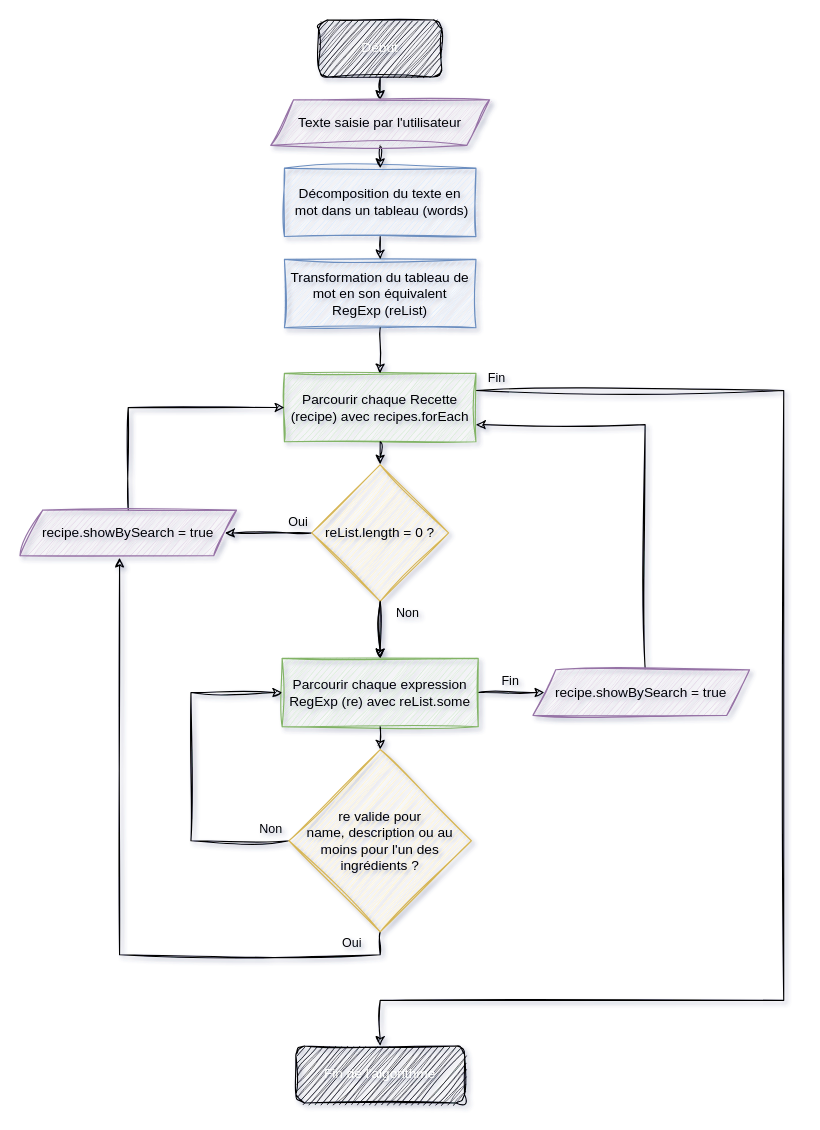
Earlier version of the draw.io diagram ressources/algorithme_fonctionnel.drawio (code9g/les-petit-plats). Source tidied: cells renumbered, new cells numbered last; positions are measured from the earlier drawing's top-left corner, leaving out a move shared by most shapes. Both pictures are drawn from the tidied source at 114%, with x=0, y=0 at pixel (19, 19).
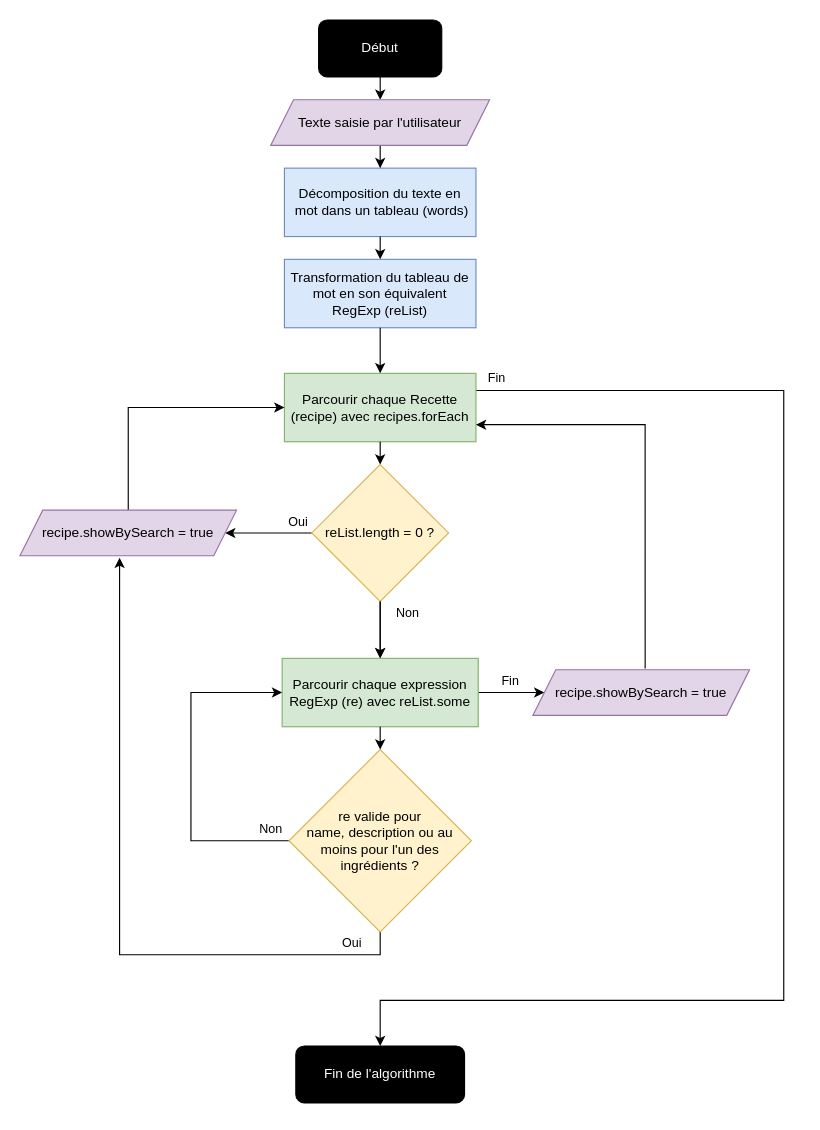
After the change.

Change to the diagram source:
```diff
@@
-<mxGraphModel background="#ffffff" shadow="1">
+<mxGraphModel background="#ffffff">
@@
-    <mxCell id="2" value="Décomposition du texte en&lt;div&gt;&amp;nbsp;mot dans un tableau (words)&lt;/div&gt;" style="rounded=0;whiteSpace=wrap;html=1;fillColor=#dae8fc;strokeColor=#6c8ebf;labelBackgroundColor=none;fontColor=#000000;sketch=1;curveFitting=1;jiggle=2;" parent="1" vertex="1">
+    <mxCell id="2" value="Décomposition du texte en&lt;div&gt;&amp;nbsp;mot dans un tableau (words)&lt;/div&gt;" style="rounded=0;whiteSpace=wrap;html=1;fillColor=#dae8fc;strokeColor=#6c8ebf;labelBackgroundColor=none;fontColor=#000000;" parent="1" vertex="1">
       <mxGeometry x="232" y="130" width="168" height="60" as="geometry" />
     </mxCell>
-    <mxCell id="3" value="Transformation du tableau de&lt;div&gt;mot en son équivalent&lt;/div&gt;&lt;div&gt;RegExp (reList)&lt;/div&gt;" style="rounded=0;whiteSpace=wrap;html=1;fillColor=#dae8fc;strokeColor=#6c8ebf;labelBackgroundColor=none;fontColor=#000000;sketch=1;curveFitting=1;jiggle=2;" parent="1" vertex="1">
+    <mxCell id="3" value="Transformation du tableau de&lt;div&gt;mot en son équivalent&lt;/div&gt;&lt;div&gt;RegExp (reList)&lt;/div&gt;" style="rounded=0;whiteSpace=wrap;html=1;fillColor=#dae8fc;strokeColor=#6c8ebf;labelBackgroundColor=none;fontColor=#000000;" parent="1" vertex="1">
       <mxGeometry x="232" y="210" width="168" height="60" as="geometry" />
     </mxCell>
-    <mxCell id="4" value="Fin" style="edgeStyle=orthogonalEdgeStyle;rounded=0;jettySize=auto;html=1;exitX=1;exitY=0.25;exitDx=0;exitDy=0;entryX=0.5;entryY=0;entryDx=0;entryDy=0;spacingBottom=13;labelBackgroundColor=none;fontColor=#000000;sketch=1;curveFitting=1;jiggle=2;strokeColor=#000000;" parent="1" edge="1" source="5" target="21">
+    <mxCell id="4" value="Fin" style="edgeStyle=orthogonalEdgeStyle;rounded=0;jettySize=auto;html=1;exitX=1;exitY=0.25;exitDx=0;exitDy=0;entryX=0.5;entryY=0;entryDx=0;entryDy=0;spacingBottom=13;labelBackgroundColor=none;fontColor=#000000;strokeColor=#000000;" parent="1" edge="1" source="5" target="21">
       <mxGeometry x="-0.97" y="5" relative="1" as="geometry">
         <Array as="points">
           <mxPoint x="670" y="325" />
           <mxPoint x="670" y="860" />
           <mxPoint x="316" y="860" />
         </Array>
       </mxGeometry>
     </mxCell>
-    <mxCell id="5" value="Parcourir chaque Recette (recipe) avec recipes.forEach" style="rounded=0;whiteSpace=wrap;html=1;fillColor=#d5e8d4;strokeColor=#82b366;labelBackgroundColor=none;fontColor=#000000;sketch=1;curveFitting=1;jiggle=2;" parent="1" vertex="1">
+    <mxCell id="5" value="Parcourir chaque Recette (recipe) avec recipes.forEach" style="rounded=0;whiteSpace=wrap;html=1;fillColor=#d5e8d4;strokeColor=#82b366;labelBackgroundColor=none;fontColor=#000000;" parent="1" vertex="1">
       <mxGeometry x="232" y="310" width="168" height="60" as="geometry" />
     </mxCell>
-    <mxCell id="6" value="Oui" style="edgeStyle=orthogonalEdgeStyle;rounded=0;jettySize=auto;html=1;exitX=0;exitY=0.5;exitDx=0;exitDy=0;entryX=1;entryY=0.5;entryDx=0;entryDy=0;labelBackgroundColor=none;fontColor=#000000;sketch=1;curveFitting=1;jiggle=2;strokeColor=#000000;" parent="1" edge="1" source="8" target="23">
+    <mxCell id="6" value="Oui" style="edgeStyle=orthogonalEdgeStyle;rounded=0;jettySize=auto;html=1;exitX=0;exitY=0.5;exitDx=0;exitDy=0;entryX=1;entryY=0.5;entryDx=0;entryDy=0;labelBackgroundColor=none;fontColor=#000000;strokeColor=#000000;" parent="1" edge="1" source="8" target="23">
       <mxGeometry x="-0.68" y="-10" relative="1" as="geometry" />
     </mxCell>
-    <mxCell id="7" style="edgeStyle=orthogonalEdgeStyle;rounded=0;jettySize=auto;html=1;labelBackgroundColor=none;fontColor=#000000;sketch=1;curveFitting=1;jiggle=2;" parent="1" edge="1" source="8" target="10">
+    <mxCell id="7" style="edgeStyle=orthogonalEdgeStyle;rounded=0;jettySize=auto;html=1;labelBackgroundColor=none;fontColor=#000000;" parent="1" edge="1" source="8" target="10">
       <mxGeometry relative="1" as="geometry" />
     </mxCell>
-    <mxCell id="8" value="reList.length = 0 ?" style="rhombus;whiteSpace=wrap;html=1;fillColor=#fff2cc;strokeColor=#d6b656;labelBackgroundColor=none;fontColor=#000000;sketch=1;curveFitting=1;jiggle=2;" parent="1" vertex="1">
+    <mxCell id="8" value="reList.length = 0 ?" style="rhombus;whiteSpace=wrap;html=1;fillColor=#fff2cc;strokeColor=#d6b656;labelBackgroundColor=none;fontColor=#000000;" parent="1" vertex="1">
       <mxGeometry x="256" y="390" width="120" height="120" as="geometry" />
     </mxCell>
-    <mxCell id="9" value="Fin" style="edgeStyle=orthogonalEdgeStyle;rounded=0;jettySize=auto;html=1;exitX=1;exitY=0.5;exitDx=0;exitDy=0;entryX=0;entryY=0.5;entryDx=0;entryDy=0;labelBackgroundColor=none;fontColor=#000000;sketch=1;curveFitting=1;jiggle=2;strokeColor=#000000;" parent="1" edge="1" source="10" target="24">
+    <mxCell id="9" value="Fin" style="edgeStyle=orthogonalEdgeStyle;rounded=0;jettySize=auto;html=1;exitX=1;exitY=0.5;exitDx=0;exitDy=0;entryX=0;entryY=0.5;entryDx=0;entryDy=0;labelBackgroundColor=none;fontColor=#000000;strokeColor=#000000;" parent="1" edge="1" source="10" target="24">
       <mxGeometry x="-0.03" y="10" relative="1" as="geometry" />
     </mxCell>
-    <mxCell id="10" value="Parcourir chaque expression RegExp (re) avec reList.some" style="rounded=0;whiteSpace=wrap;html=1;fillColor=#d5e8d4;strokeColor=#82b366;labelBackgroundColor=none;fontColor=#000000;sketch=1;curveFitting=1;jiggle=2;" parent="1" vertex="1">
+    <mxCell id="10" value="Parcourir chaque expression RegExp (re) avec reList.some" style="rounded=0;whiteSpace=wrap;html=1;fillColor=#d5e8d4;strokeColor=#82b366;labelBackgroundColor=none;fontColor=#000000;" parent="1" vertex="1">
       <mxGeometry x="230" y="560" width="172" height="60" as="geometry" />
     </mxCell>
-    <mxCell id="11" value="Non" style="edgeStyle=orthogonalEdgeStyle;rounded=0;jettySize=auto;html=1;exitX=0;exitY=0.5;exitDx=0;exitDy=0;entryX=0;entryY=0.5;entryDx=0;entryDy=0;labelBackgroundColor=none;fontColor=#000000;sketch=1;curveFitting=1;jiggle=2;strokeColor=#000000;" parent="1" edge="1" source="13" target="10">
+    <mxCell id="11" value="Non" style="edgeStyle=orthogonalEdgeStyle;rounded=0;jettySize=auto;html=1;exitX=0;exitY=0.5;exitDx=0;exitDy=0;entryX=0;entryY=0.5;entryDx=0;entryDy=0;labelBackgroundColor=none;fontColor=#000000;strokeColor=#000000;" parent="1" edge="1" source="13" target="10">
       <mxGeometry x="-0.89" y="-10" relative="1" as="geometry">
         <Array as="points">
           <mxPoint x="150" y="720" />
           <mxPoint x="150" y="590" />
         </Array>
       </mxGeometry>
     </mxCell>
-    <mxCell id="12" value="Oui" style="edgeStyle=orthogonalEdgeStyle;rounded=0;jettySize=auto;html=1;exitX=0.5;exitY=1;exitDx=0;exitDy=0;entryX=0.46;entryY=1.044;entryDx=0;entryDy=0;entryPerimeter=0;labelBackgroundColor=none;fontColor=#000000;sketch=1;curveFitting=1;jiggle=2;strokeColor=#000000;" parent="1" edge="1" source="13" target="23">
+    <mxCell id="12" value="Oui" style="edgeStyle=orthogonalEdgeStyle;rounded=0;jettySize=auto;html=1;exitX=0.5;exitY=1;exitDx=0;exitDy=0;entryX=0.46;entryY=1.044;entryDx=0;entryDy=0;entryPerimeter=0;labelBackgroundColor=none;fontColor=#000000;strokeColor=#000000;" parent="1" edge="1" source="13" target="23">
       <mxGeometry x="-0.85" y="-10" relative="1" as="geometry" />
     </mxCell>
-    <mxCell id="13" value="re valide pour &lt;br&gt;name,&amp;nbsp;&lt;span style=&quot;&quot;&gt;description ou au moins pour l'un des ingrédients&amp;nbsp;&lt;/span&gt;&lt;span style=&quot;&quot;&gt;?&lt;/span&gt;" style="rhombus;whiteSpace=wrap;html=1;fillColor=#fff2cc;strokeColor=#d6b656;labelBackgroundColor=none;fontColor=#000000;sketch=1;curveFitting=1;jiggle=2;" parent="1" vertex="1">
+    <mxCell id="13" value="re valide pour &lt;br&gt;name,&amp;nbsp;&lt;span style=&quot;&quot;&gt;description ou au moins pour l'un des ingrédients&amp;nbsp;&lt;/span&gt;&lt;span style=&quot;&quot;&gt;?&lt;/span&gt;" style="rhombus;whiteSpace=wrap;html=1;fillColor=#fff2cc;strokeColor=#d6b656;labelBackgroundColor=none;fontColor=#000000;" parent="1" vertex="1">
       <mxGeometry x="236" y="640" width="160" height="160" as="geometry" />
     </mxCell>
-    <mxCell id="14" style="endArrow=classic;html=1;rounded=0;entryX=0.5;entryY=0;entryDx=0;entryDy=0;exitX=0.5;exitY=1;exitDx=0;exitDy=0;labelBackgroundColor=none;fontColor=#000000;sketch=1;curveFitting=1;jiggle=2;" parent="1" edge="1" source="10" target="13">
+    <mxCell id="14" style="endArrow=classic;html=1;rounded=0;entryX=0.5;entryY=0;entryDx=0;entryDy=0;exitX=0.5;exitY=1;exitDx=0;exitDy=0;labelBackgroundColor=none;fontColor=#000000;" parent="1" edge="1" source="10" target="13">
       <mxGeometry relative="1" as="geometry" />
     </mxCell>
-    <mxCell id="15" value="Non" style="endArrow=classic;html=1;rounded=0;entryX=0.5;entryY=0;entryDx=0;entryDy=0;exitX=0.5;exitY=1;exitDx=0;exitDy=0;labelBackgroundColor=none;fontColor=#000000;sketch=1;curveFitting=1;jiggle=2;strokeColor=#000000;" parent="1" edge="1" source="8" target="10">
+    <mxCell id="15" value="Non" style="endArrow=classic;html=1;rounded=0;entryX=0.5;entryY=0;entryDx=0;entryDy=0;exitX=0.5;exitY=1;exitDx=0;exitDy=0;labelBackgroundColor=none;fontColor=#000000;strokeColor=#000000;" parent="1" edge="1" source="8" target="10">
       <mxGeometry x="-0.6" y="24" relative="1" as="geometry" />
     </mxCell>
-    <mxCell id="16" style="edgeStyle=orthogonalEdgeStyle;rounded=0;jettySize=auto;html=1;exitX=0.518;exitY=-0.025;exitDx=0;exitDy=0;entryX=1;entryY=0.75;entryDx=0;entryDy=0;exitPerimeter=0;labelBackgroundColor=none;fontColor=#000000;sketch=1;curveFitting=1;jiggle=2;strokeColor=#000000;" parent="1" edge="1" source="24" target="5">
+    <mxCell id="16" style="edgeStyle=orthogonalEdgeStyle;rounded=0;jettySize=auto;html=1;exitX=0.518;exitY=-0.025;exitDx=0;exitDy=0;entryX=1;entryY=0.75;entryDx=0;entryDy=0;exitPerimeter=0;labelBackgroundColor=none;fontColor=#000000;strokeColor=#000000;" parent="1" edge="1" source="24" target="5">
       <mxGeometry relative="1" as="geometry" />
     </mxCell>
-    <mxCell id="17" style="endArrow=classic;html=1;rounded=0;exitX=0.5;exitY=1;exitDx=0;exitDy=0;labelBackgroundColor=none;fontColor=#000000;sketch=1;curveFitting=1;jiggle=2;strokeColor=#000000;" parent="1" edge="1" source="27">
+    <mxCell id="17" style="endArrow=classic;html=1;rounded=0;exitX=0.5;exitY=1;exitDx=0;exitDy=0;labelBackgroundColor=none;fontColor=#000000;strokeColor=#000000;" parent="1" edge="1" source="27">
       <mxGeometry relative="1" as="geometry">
         <mxPoint x="316" y="130" as="targetPoint" />
       </mxGeometry>
     </mxCell>
-    <mxCell id="18" style="endArrow=classic;html=1;rounded=0;entryX=0.5;entryY=0;entryDx=0;entryDy=0;exitX=0.5;exitY=1;exitDx=0;exitDy=0;labelBackgroundColor=none;fontColor=#000000;sketch=1;curveFitting=1;jiggle=2;strokeColor=#000000;" parent="1" edge="1" source="2" target="3">
+    <mxCell id="18" style="endArrow=classic;html=1;rounded=0;entryX=0.5;entryY=0;entryDx=0;entryDy=0;exitX=0.5;exitY=1;exitDx=0;exitDy=0;labelBackgroundColor=none;fontColor=#000000;strokeColor=#000000;" parent="1" edge="1" source="2" target="3">
       <mxGeometry relative="1" as="geometry" />
     </mxCell>
-    <mxCell id="19" style="endArrow=classic;html=1;rounded=0;entryX=0.5;entryY=0;entryDx=0;entryDy=0;exitX=0.5;exitY=1;exitDx=0;exitDy=0;labelBackgroundColor=none;fontColor=#000000;sketch=1;curveFitting=1;jiggle=2;strokeColor=#000000;" parent="1" edge="1" source="3" target="5">
+    <mxCell id="19" style="endArrow=classic;html=1;rounded=0;entryX=0.5;entryY=0;entryDx=0;entryDy=0;exitX=0.5;exitY=1;exitDx=0;exitDy=0;labelBackgroundColor=none;fontColor=#000000;strokeColor=#000000;" parent="1" edge="1" source="3" target="5">
       <mxGeometry relative="1" as="geometry" />
     </mxCell>
-    <mxCell id="20" style="endArrow=classic;html=1;rounded=0;entryX=0.5;entryY=0;entryDx=0;entryDy=0;exitX=0.5;exitY=1;exitDx=0;exitDy=0;labelBackgroundColor=none;fontColor=#000000;sketch=1;curveFitting=1;jiggle=2;strokeColor=#000000;" parent="1" edge="1" source="5" target="8">
+    <mxCell id="20" style="endArrow=classic;html=1;rounded=0;entryX=0.5;entryY=0;entryDx=0;entryDy=0;exitX=0.5;exitY=1;exitDx=0;exitDy=0;labelBackgroundColor=none;fontColor=#000000;strokeColor=#000000;" parent="1" edge="1" source="5" target="8">
       <mxGeometry relative="1" as="geometry" />
     </mxCell>
-    <mxCell id="21" value="Fin de l'algorithme" style="rounded=1;whiteSpace=wrap;html=1;labelBackgroundColor=none;fontColor=#FFFFFF;sketch=1;curveFitting=1;jiggle=2;fillColor=#000000;" parent="1" vertex="1">
+    <mxCell id="21" value="Fin de l'algorithme" style="rounded=1;whiteSpace=wrap;html=1;labelBackgroundColor=none;fontColor=#FFFFFF;fillColor=#000000;" parent="1" vertex="1">
       <mxGeometry x="242" y="900" width="148" height="50" as="geometry" />
     </mxCell>
-    <mxCell id="22" style="edgeStyle=orthogonalEdgeStyle;rounded=0;jettySize=auto;html=1;exitX=0.5;exitY=0;exitDx=0;exitDy=0;entryX=0;entryY=0.5;entryDx=0;entryDy=0;labelBackgroundColor=none;fontColor=#000000;sketch=1;curveFitting=1;jiggle=2;strokeColor=#000000;" parent="1" edge="1" source="23" target="5">
+    <mxCell id="22" style="edgeStyle=orthogonalEdgeStyle;rounded=0;jettySize=auto;html=1;exitX=0.5;exitY=0;exitDx=0;exitDy=0;entryX=0;entryY=0.5;entryDx=0;entryDy=0;labelBackgroundColor=none;fontColor=#000000;strokeColor=#000000;" parent="1" edge="1" source="23" target="5">
       <mxGeometry relative="1" as="geometry" />
     </mxCell>
-    <mxCell id="23" value="recipe.showBySearch = true" style="shape=parallelogram;perimeter=parallelogramPerimeter;whiteSpace=wrap;html=1;fixedSize=1;fillColor=#e1d5e7;strokeColor=#9673a6;labelBackgroundColor=none;fontColor=#000000;sketch=1;curveFitting=1;jiggle=2;" parent="1" vertex="1">
+    <mxCell id="23" value="recipe.showBySearch = true" style="shape=parallelogram;perimeter=parallelogramPerimeter;whiteSpace=wrap;html=1;fixedSize=1;fillColor=#e1d5e7;strokeColor=#9673a6;labelBackgroundColor=none;fontColor=#000000;" parent="1" vertex="1">
       <mxGeometry y="430" width="190" height="40" as="geometry" />
     </mxCell>
-    <mxCell id="24" value="recipe.showBySearch = true" style="shape=parallelogram;perimeter=parallelogramPerimeter;whiteSpace=wrap;html=1;fixedSize=1;fillColor=#e1d5e7;strokeColor=#9673a6;labelBackgroundColor=none;fontColor=#000000;sketch=1;curveFitting=1;jiggle=2;" parent="1" vertex="1">
+    <mxCell id="24" value="recipe.showBySearch = true" style="shape=parallelogram;perimeter=parallelogramPerimeter;whiteSpace=wrap;html=1;fixedSize=1;fillColor=#e1d5e7;strokeColor=#9673a6;labelBackgroundColor=none;fontColor=#000000;" parent="1" vertex="1">
       <mxGeometry x="450" y="570" width="190" height="40" as="geometry" />
     </mxCell>
-    <mxCell id="25" style="edgeStyle=orthogonalEdgeStyle;rounded=0;jettySize=auto;html=1;exitX=0.5;exitY=1;exitDx=0;exitDy=0;entryX=0.5;entryY=0;entryDx=0;entryDy=0;labelBackgroundColor=none;fontColor=#000000;sketch=1;curveFitting=1;jiggle=2;strokeColor=#000000;" parent="1" edge="1" source="26" target="27">
+    <mxCell id="25" style="edgeStyle=orthogonalEdgeStyle;rounded=0;jettySize=auto;html=1;exitX=0.5;exitY=1;exitDx=0;exitDy=0;entryX=0.5;entryY=0;entryDx=0;entryDy=0;labelBackgroundColor=none;fontColor=#000000;strokeColor=#000000;" parent="1" edge="1" source="26" target="27">
       <mxGeometry relative="1" as="geometry" />
     </mxCell>
-    <mxCell id="26" value="Début" style="rounded=1;whiteSpace=wrap;html=1;labelBackgroundColor=none;fontColor=#FFFFFF;sketch=1;curveFitting=1;jiggle=2;fillColor=#000000;" parent="1" vertex="1">
+    <mxCell id="26" value="Début" style="rounded=1;whiteSpace=wrap;html=1;labelBackgroundColor=none;fontColor=#FFFFFF;fillColor=#000000;" parent="1" vertex="1">
       <mxGeometry x="262" width="108" height="50" as="geometry" />
     </mxCell>
-    <mxCell id="27" value="Texte saisie par l'utilisateur" style="shape=parallelogram;perimeter=parallelogramPerimeter;whiteSpace=wrap;html=1;fixedSize=1;fillColor=#e1d5e7;strokeColor=#9673a6;labelBackgroundColor=none;fontColor=#000000;sketch=1;curveFitting=1;jiggle=2;" parent="1" vertex="1">
+    <mxCell id="27" value="Texte saisie par l'utilisateur" style="shape=parallelogram;perimeter=parallelogramPerimeter;whiteSpace=wrap;html=1;fixedSize=1;fillColor=#e1d5e7;strokeColor=#9673a6;labelBackgroundColor=none;fontColor=#000000;" parent="1" vertex="1">
       <mxGeometry x="220" y="70" width="192" height="40" as="geometry" />
     </mxCell>
```
